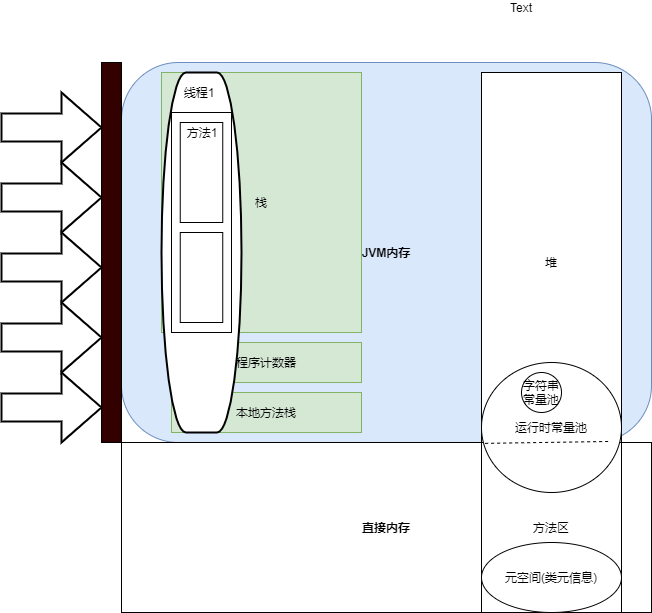
This is JVM内存结构模型.png from ShiJieZhaoGitHub/images, a draw.io export, as it was before one commit. Source tidied: cells renumbered, new cells last; positions are measured from the earlier drawing's top-left corner, leaving out a move shared by most shapes.
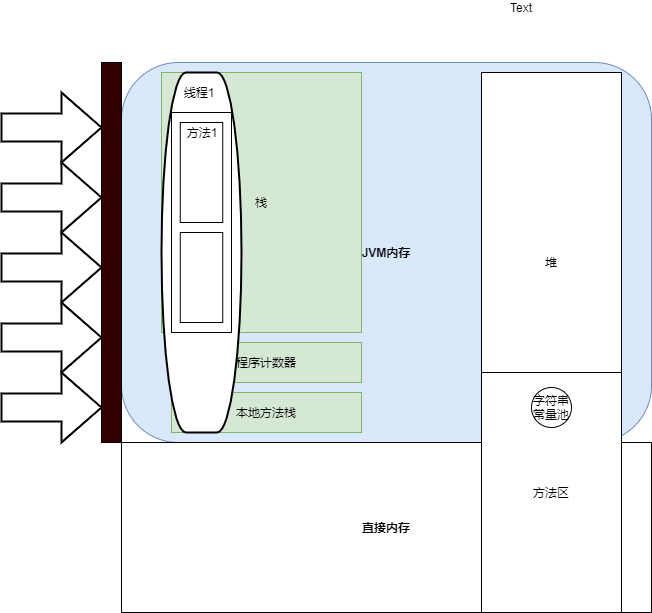
Above is the later version.

Commit message:
更新JVM内存结构模型.png

Diff of the diagram source:
```diff
@@ -24,22 +24,11 @@
       <mxGeometry x="480" y="70" width="140" height="380" as="geometry" />
     </mxCell>
     <mxCell id="9" value="方法区" style="rounded=0;whiteSpace=wrap;html=1;" parent="1" vertex="1">
-      <mxGeometry x="480" y="440" width="140" height="170" as="geometry" />
+      <mxGeometry x="480" y="370" width="140" height="240" as="geometry" />
     </mxCell>
-    <mxCell id="10" value="元空间(类元信息)" style="ellipse;whiteSpace=wrap;html=1;" parent="1" vertex="1">
-      <mxGeometry x="480" y="540" width="140" height="70" as="geometry" />
-    </mxCell>
-    <mxCell id="11" value="&lt;div&gt;运行时常量池&lt;/div&gt;" style="ellipse;whiteSpace=wrap;html=1;" parent="1" vertex="1">
-      <mxGeometry x="480" y="360" width="140" height="130" as="geometry" />
-    </mxCell>
     <mxCell id="12" value="字符串常量池" style="ellipse;whiteSpace=wrap;html=1;" parent="1" vertex="1">
-      <mxGeometry x="520" y="370" width="40" height="40" as="geometry" />
+      <mxGeometry x="530" y="385" width="40" height="40" as="geometry" />
     </mxCell>
-    <mxCell id="13" style="endArrow=none;dashed=1;html=1;exitX=0.026;exitY=0.622;exitDx=0;exitDy=0;exitPerimeter=0;entryX=0.41;entryY=-0.006;entryDx=0;entryDy=0;entryPerimeter=0;" parent="1" edge="1" source="11">
-      <mxGeometry relative="1" as="geometry">
-        <mxPoint x="607.3" y="439" as="targetPoint" />
-      </mxGeometry>
-    </mxCell>
     <mxCell id="14" style="rounded=0;whiteSpace=wrap;html=1;fillColor=#330000;" parent="1" vertex="1">
       <mxGeometry x="100" y="60" width="20" height="380" as="geometry" />
     </mxCell>
```
